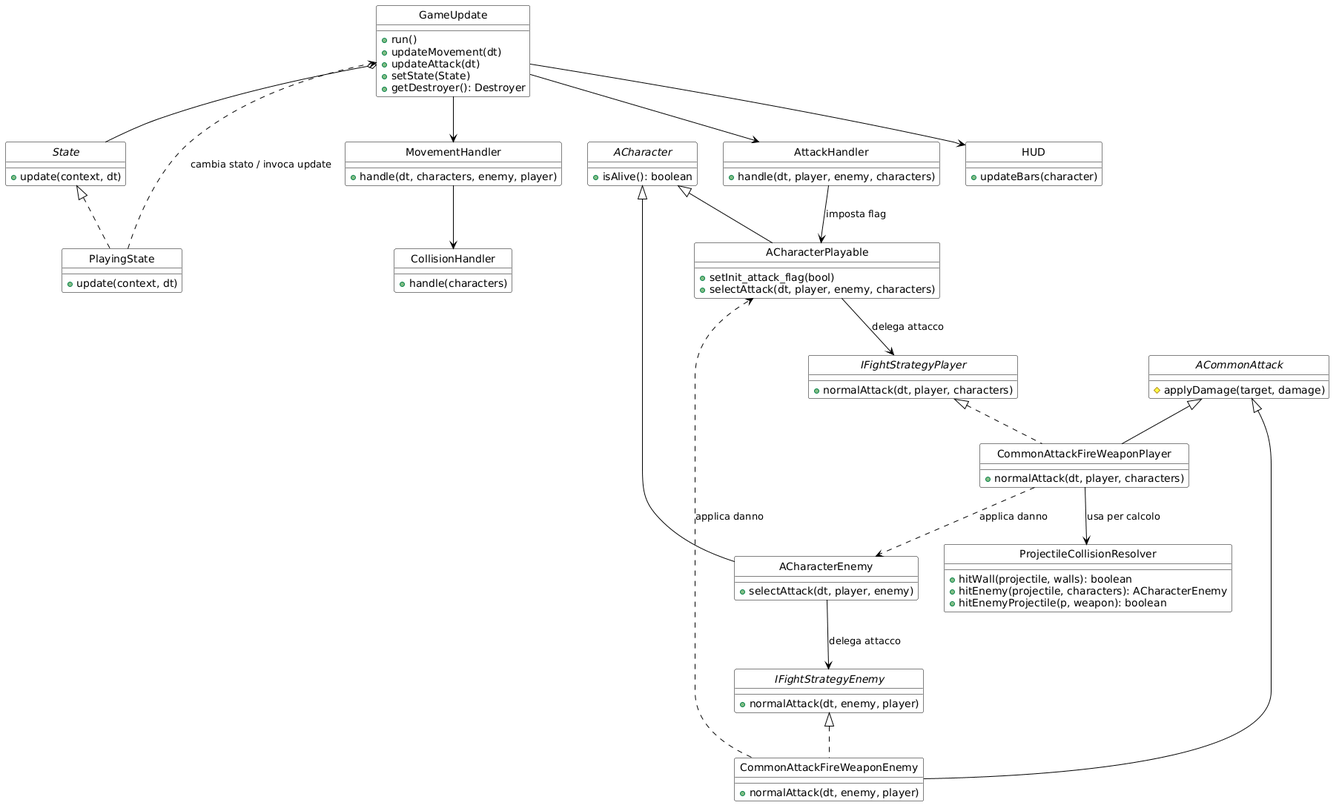
This is LaTeX/ClassDiag.png from GHManu/Game2.0, a PlantUML export, as it was before one commit. The source it was exported from:
```plantuml
@startuml
skinparam class {
    BackgroundColor White
    ArrowColor Black
    BorderColor Black
}
hide circle


class GameUpdate {
    +run()
    +updateMovement(dt)
    +updateAttack(dt)
    +setState(State)
    +getDestroyer(): Destroyer
}

interface State {
    +update(context, dt)
}

class PlayingState {
    +update(context, dt)
}


class MovementHandler {
    +handle(dt, characters, enemy, player)
}

class CollisionHandler {
    +handle(characters)
}

class AttackHandler {
    +handle(dt, player, enemy, characters)
}


abstract class ACharacter {
    +isAlive(): boolean
}

class ACharacterPlayable {
    +setInit_attack_flag(bool)
    +selectAttack(dt, player, enemy, characters)
}

class ACharacterEnemy {
    +selectAttack(dt, player, enemy)
}


interface IFightStrategyPlayer {
    +normalAttack(dt, player, characters)
}

interface IFightStrategyEnemy {
    +normalAttack(dt, enemy, player)
}

abstract class ACommonAttack {
    #applyDamage(target, damage)
}

class CommonAttackFireWeaponPlayer {
    +normalAttack(dt, player, characters)
}

class CommonAttackFireWeaponEnemy {
    +normalAttack(dt, enemy, player)
}


class ProjectileCollisionResolver {
    +hitWall(projectile, walls): boolean
    +hitEnemy(projectile, characters): ACharacterEnemy
    +hitEnemyProjectile(p, weapon): boolean
}

class HUD {
    +updateBars(character)
}


State <|.. PlayingState
ACharacter <|-- ACharacterPlayable
ACharacter <|-- ACharacterEnemy

ACommonAttack <|-- CommonAttackFireWeaponPlayer
ACommonAttack <|-- CommonAttackFireWeaponEnemy
IFightStrategyPlayer <|.. CommonAttackFireWeaponPlayer
IFightStrategyEnemy <|.. CommonAttackFireWeaponEnemy

GameUpdate o-- State
GameUpdate --> MovementHandler
GameUpdate --> AttackHandler
GameUpdate --> HUD

PlayingState ..> GameUpdate : "cambia stato / invoca update"

MovementHandler --> CollisionHandler

AttackHandler --> ACharacterPlayable : "imposta flag"
ACharacterPlayable --> IFightStrategyPlayer : "delega attacco"
ACharacterEnemy --> IFightStrategyEnemy : "delega attacco"

CommonAttackFireWeaponPlayer --> ProjectileCollisionResolver : "usa per calcolo"
CommonAttackFireWeaponPlayer ..> ACharacterEnemy : "applica danno"

CommonAttackFireWeaponEnemy ..> ACharacterPlayable : "applica danno"
@enduml
```
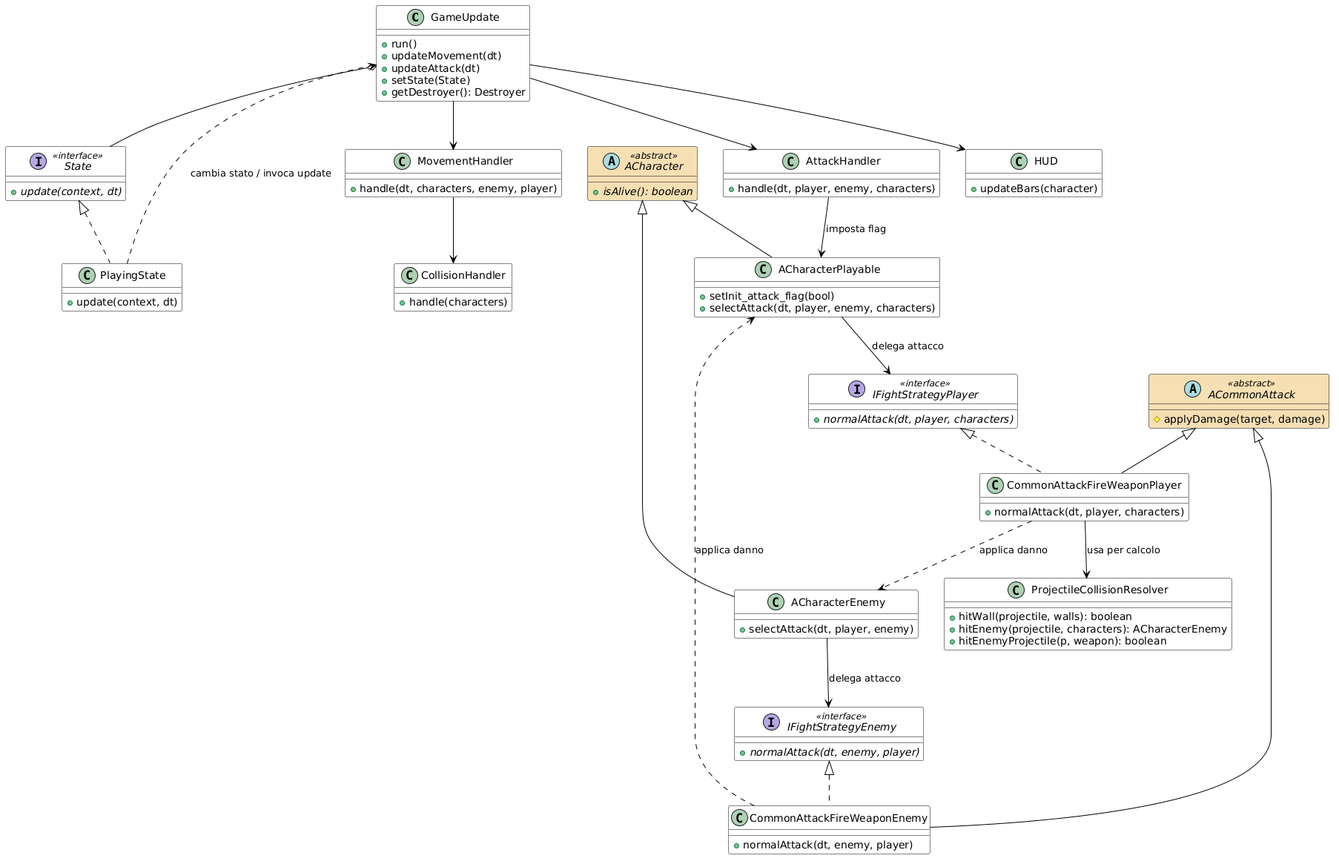
The same file after the commit.

Change to the diagram source:
```diff
@@ -3,8 +3,10 @@
     BackgroundColor White
     ArrowColor Black
     BorderColor Black
+    BackgroundColor<<interface>> LighBlue
+    BackgroundColor<<abstract>> Wheat
 }
-hide circle
+
 
 
 class GameUpdate {
@@ -15,8 +17,8 @@
     +getDestroyer(): Destroyer
 }
 
-interface State {
-    +update(context, dt)
+interface State <<interface>> {
+    {abstract} +update(context, dt)
 }
 
 class PlayingState {
@@ -37,8 +39,8 @@
 }
 
 
-abstract class ACharacter {
-    +isAlive(): boolean
+abstract class ACharacter <<abstract>> {
+    {abstract} +isAlive(): boolean
 }
 
 class ACharacterPlayable {
@@ -51,15 +53,15 @@
 }
 
 
-interface IFightStrategyPlayer {
-    +normalAttack(dt, player, characters)
+interface IFightStrategyPlayer <<interface>> {
+    {abstract} +normalAttack(dt, player, characters)
 }
 
-interface IFightStrategyEnemy {
-    +normalAttack(dt, enemy, player)
+interface IFightStrategyEnemy <<interface>> {
+    {abstract} +normalAttack(dt, enemy, player)
 }
 
-abstract class ACommonAttack {
+abstract class ACommonAttack <<abstract>> {
     #applyDamage(target, damage)
 }
 
```
